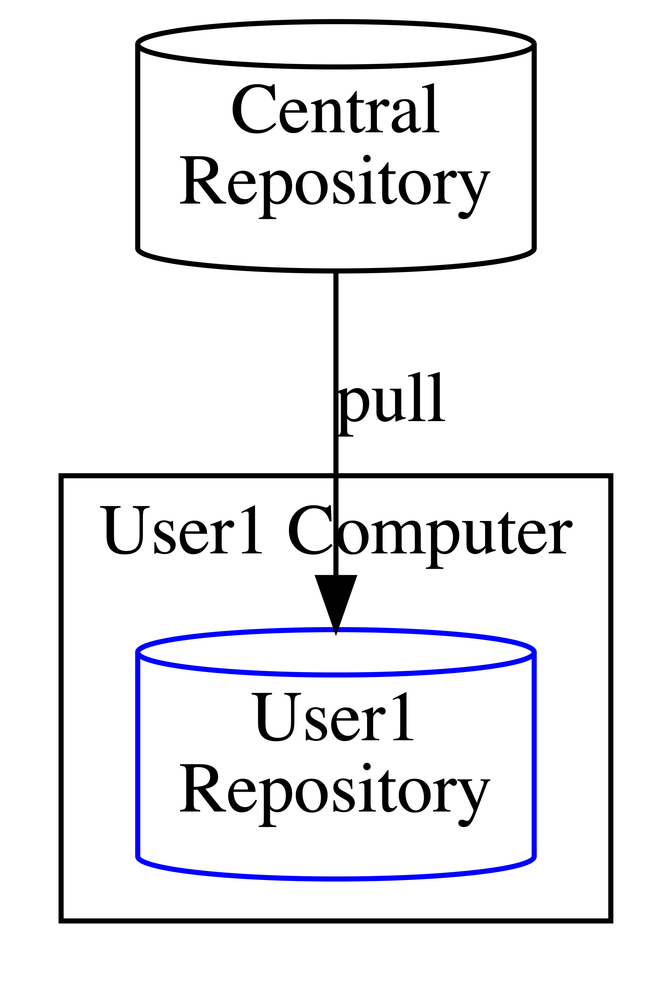
This is assets/img/pull.png from greg-hutchinson/git-training, a Graphviz export, as it was before one commit. Its source is kept beside it as assets/img/graphviz/pull.dot.
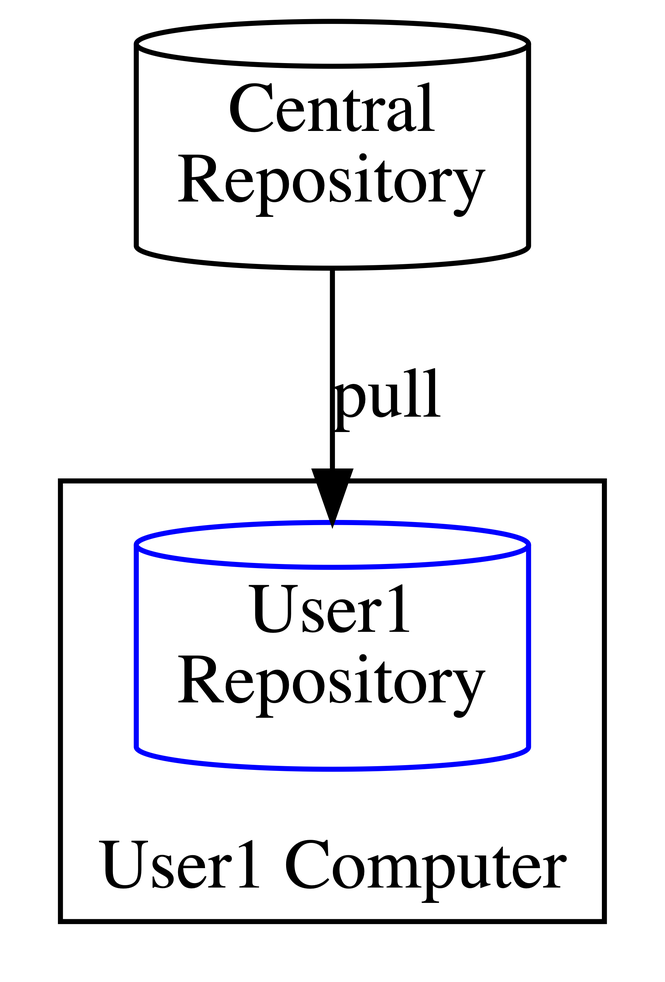
Later version of the same file.

Diff of the diagram source:
```diff
@@ -3,6 +3,7 @@
     Repository [shape=cylinder, label="Central\nRepository" width=1];
     User1Rep [shape= cylinder, label="User1\nRepository", color=blue];
     Repository -> User1Rep [ label="pull" ]
+    labelloc="b"
     subgraph cluster_User1 {
         label="User1 Computer"
         User1Rep
```
